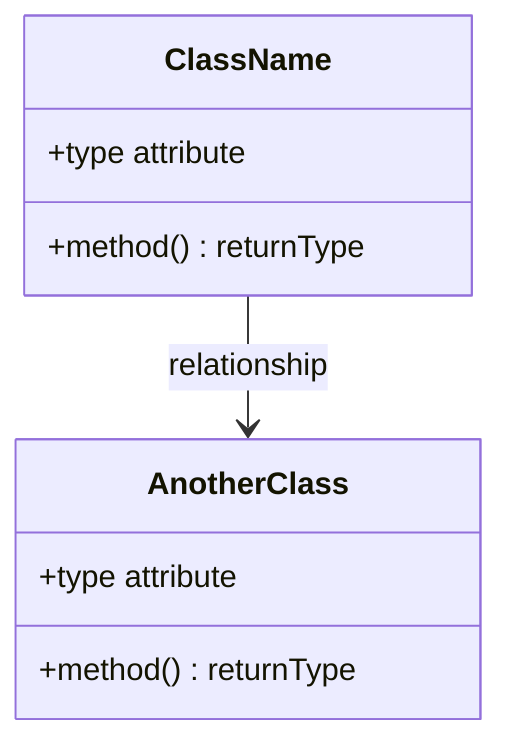
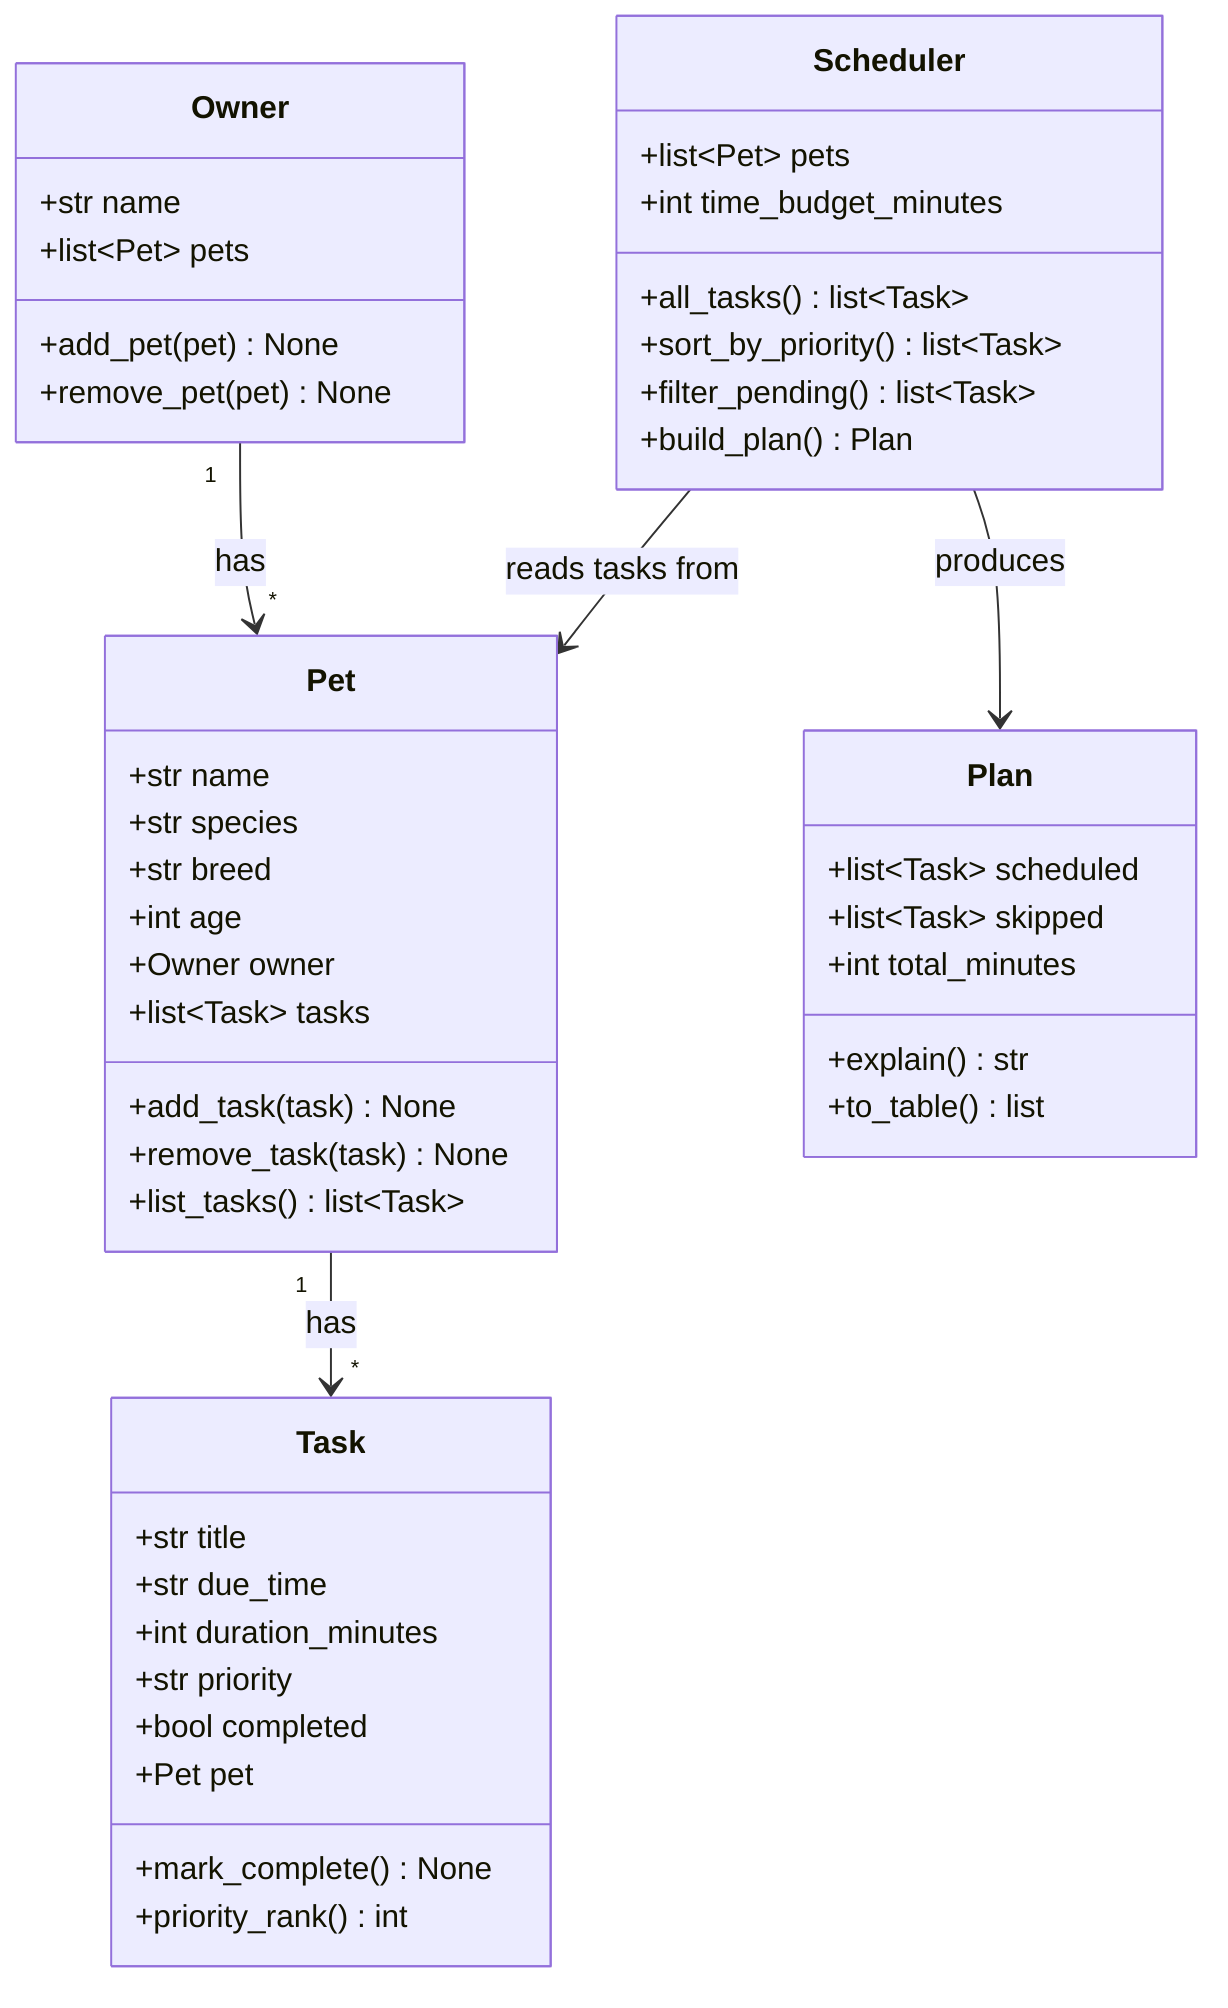
classDiagram
-     %% Replace the placeholders below with your actual classes, attributes, methods, and relationships.
-     %% Keep this file updated so it matches your final implementation.
+     %% PawPal+ class diagram. Keep this in sync with the code as it evolves.

-     class ClassName {
-         +type attribute
-         +method() returnType
+     class Owner {
+         +str name
+         +list~Pet~ pets
+         +add_pet(pet) None
+         +remove_pet(pet) None
    }

-     class AnotherClass {
-         +type attribute
-         +method() returnType
+     class Pet {
+         +str name
+         +str species
+         +str breed
+         +int age
+         +Owner owner
+         +list~Task~ tasks
+         +add_task(task) None
+         +remove_task(task) None
+         +list_tasks() list~Task~
    }

-     ClassName --> AnotherClass : relationship
+     class Task {
+         +str title
+         +str due_time
+         +int duration_minutes
+         +str priority
+         +bool completed
+         +Pet pet
+         +mark_complete() None
+         +priority_rank() int
+     }
+ 
+     class Scheduler {
+         +list~Pet~ pets
+         +int time_budget_minutes
+         +all_tasks() list~Task~
+         +sort_by_priority() list~Task~
+         +filter_pending() list~Task~
+         +build_plan() Plan
+     }
+ 
+     class Plan {
+         +list~Task~ scheduled
+         +list~Task~ skipped
+         +int total_minutes
+         +explain() str
+         +to_table() list
+     }
+ 
+     Owner "1" --> "*" Pet : has
+     Pet "1" --> "*" Task : has
+     Scheduler --> Pet : reads tasks from
+     Scheduler --> Plan : produces
